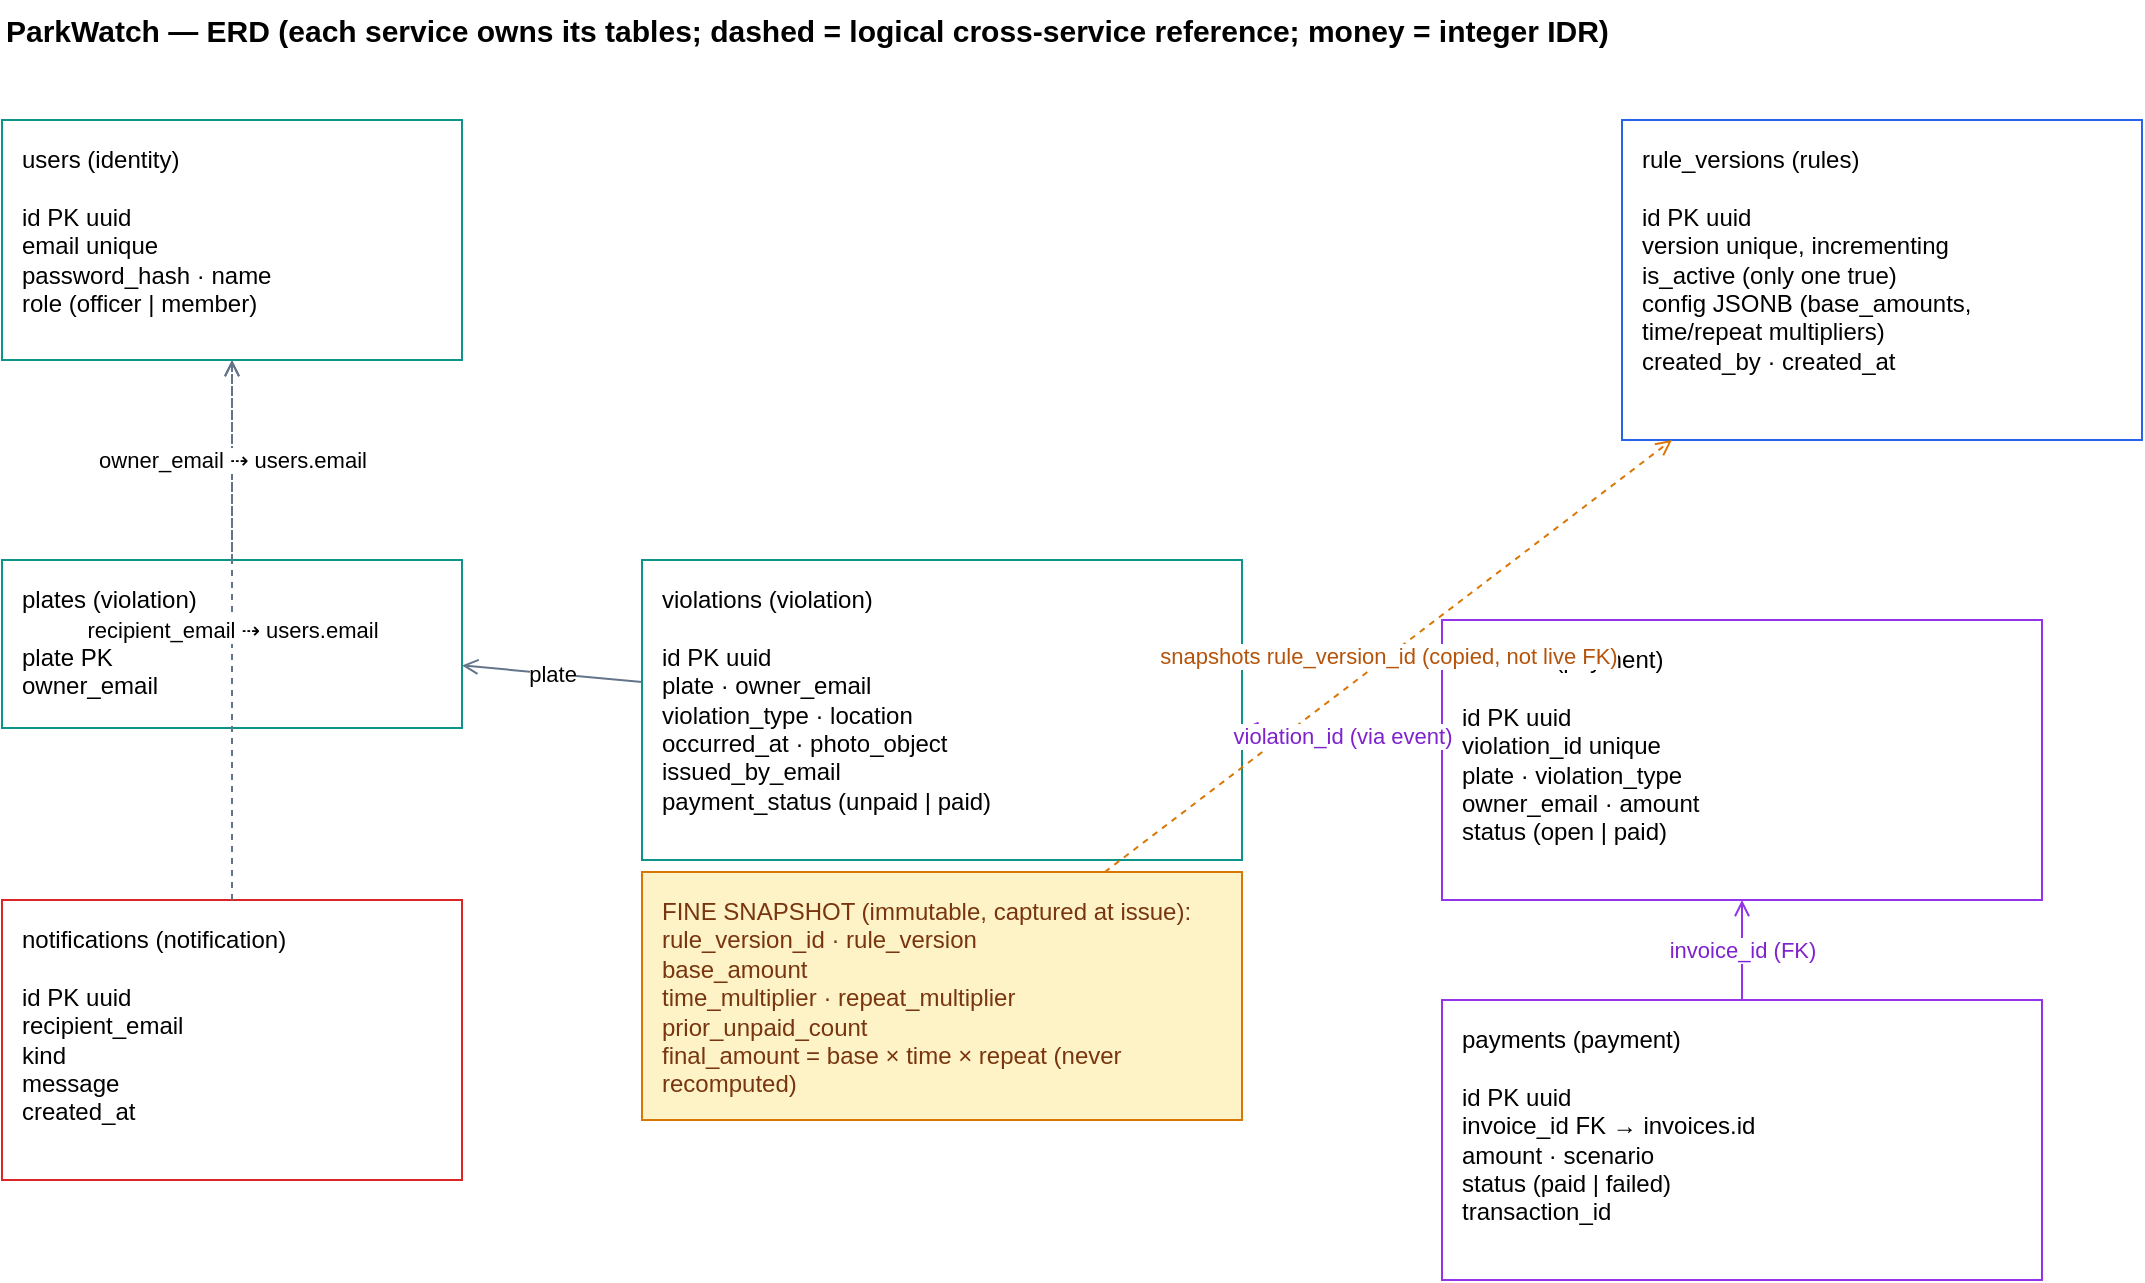
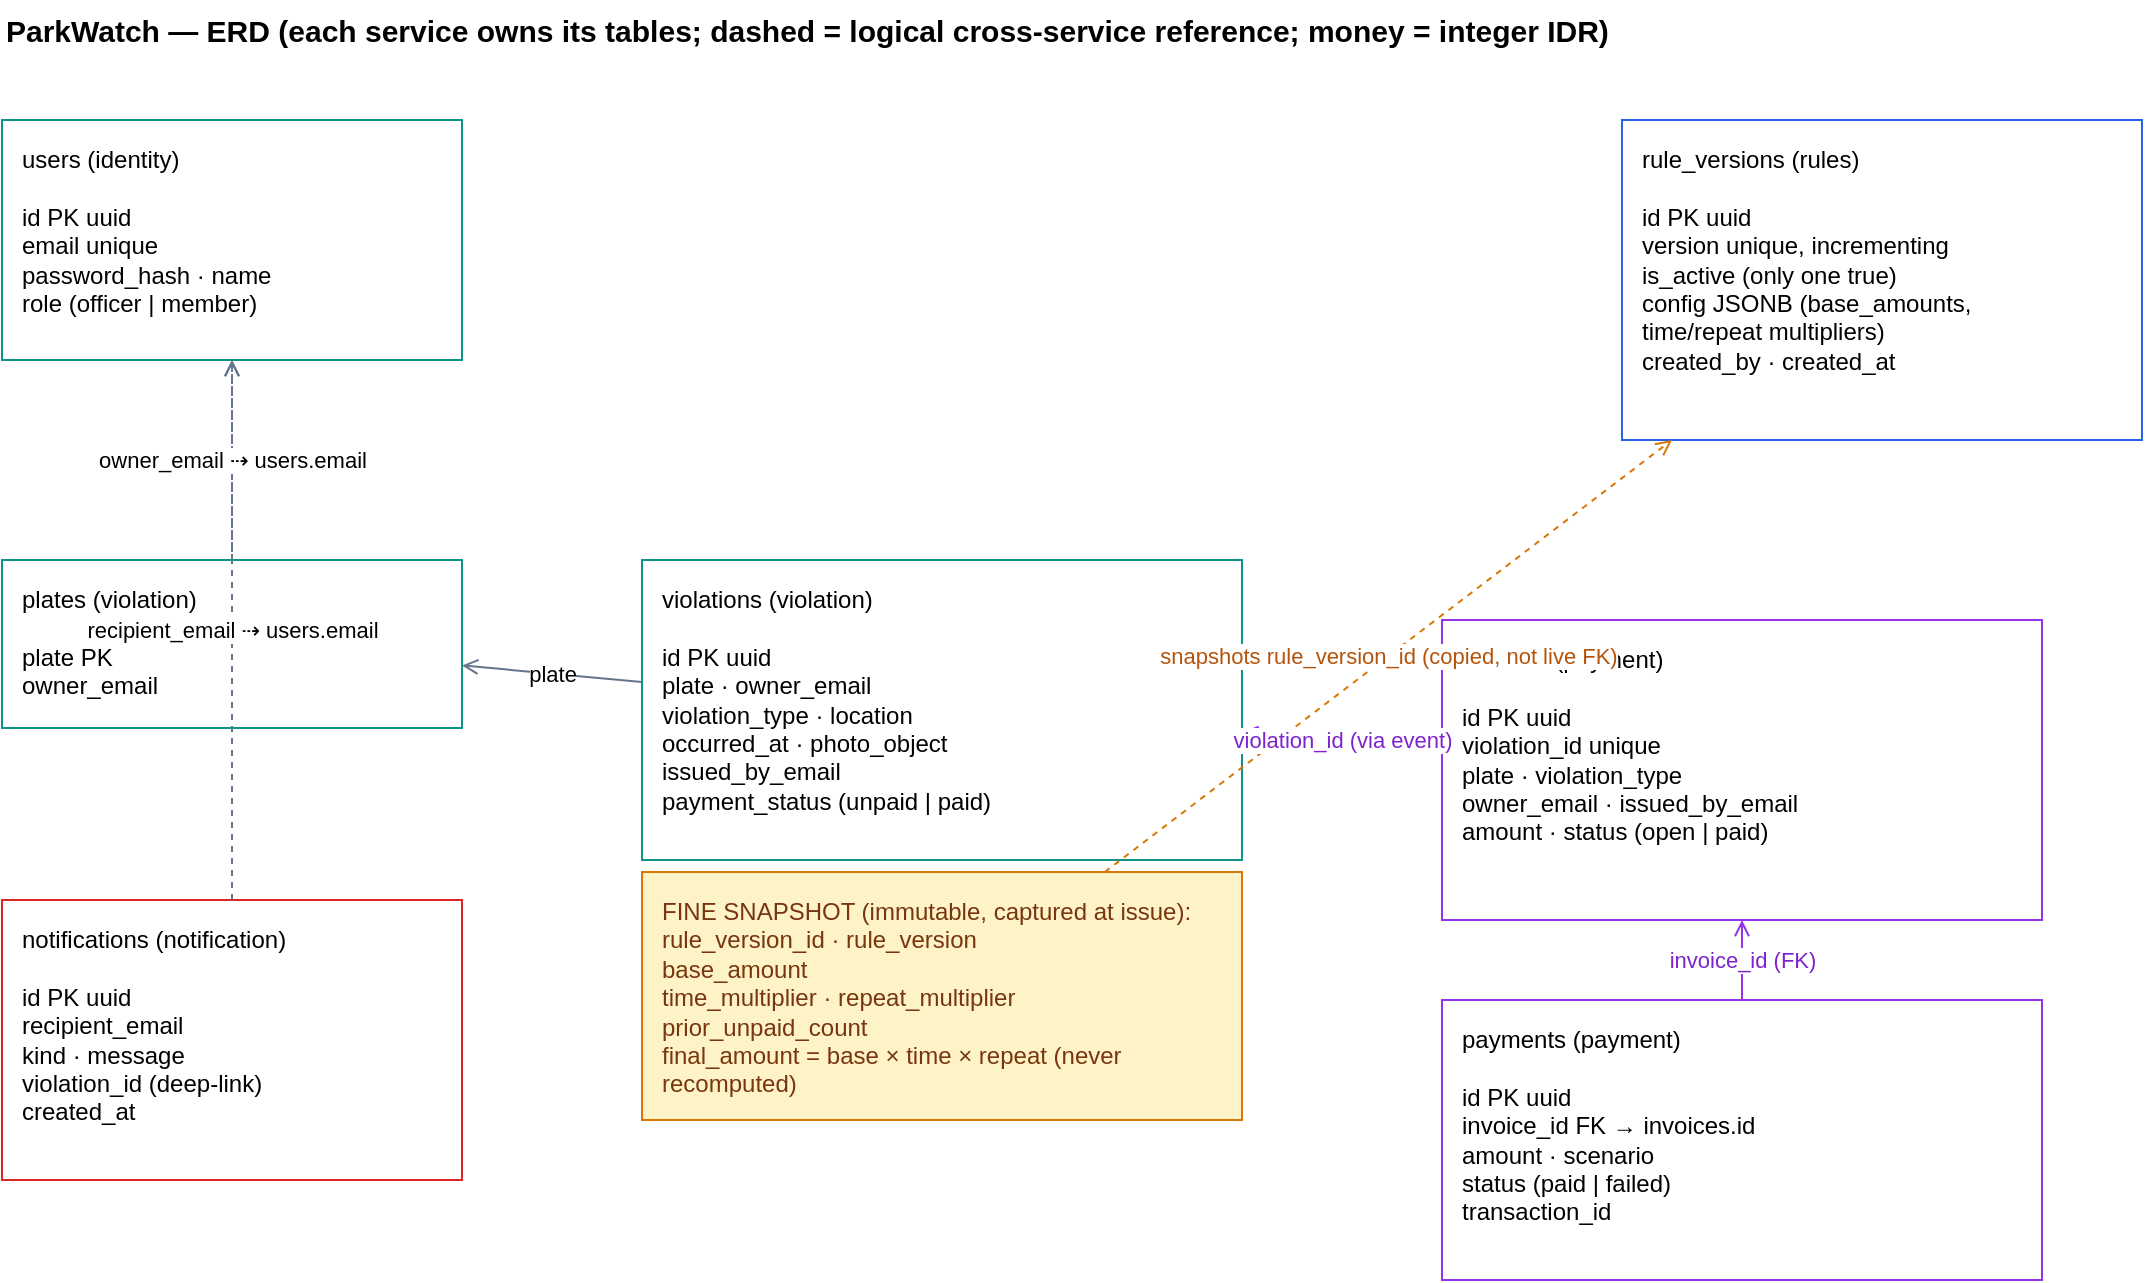
<mxfile host="app.diagrams.net" type="device">
  <diagram name="ERD" id="erd-1">
    <mxGraphModel dx="1120" dy="800" grid="1" gridSize="10" guides="1" tooltips="1" connect="1" arrows="1" fold="1" page="1" pageScale="1" pageWidth="1150" pageHeight="820" math="0" shadow="0">
      <root>
        <mxCell id="0" />
        <mxCell id="1" parent="0" />

        <mxCell id="title" value="ParkWatch — ERD (each service owns its tables; dashed = logical cross-service reference; money = integer IDR)" style="text;html=1;fontSize=15;fontStyle=1;align=left;" vertex="1" parent="1">
          <mxGeometry x="40" y="20" width="1000" height="26" as="geometry" />
        </mxCell>

        <mxCell id="users" value="users  (identity)&#10;&#10;id  PK uuid&#10;email  unique&#10;password_hash · name&#10;role  (officer | member)" style="rounded=0;whiteSpace=wrap;html=1;align=left;verticalAlign=top;spacingLeft=8;spacingTop=6;fillColor=#ffffff;strokeColor=#0d9488;" vertex="1" parent="1">
          <mxGeometry x="40" y="80" width="230" height="120" as="geometry" />
        </mxCell>

        <mxCell id="rulev" value="rule_versions  (rules)&#10;&#10;id  PK uuid&#10;version  unique, incrementing&#10;is_active  (only one true)&#10;config  JSONB (base_amounts,&#10;   time/repeat multipliers)&#10;created_by · created_at" style="rounded=0;whiteSpace=wrap;html=1;align=left;verticalAlign=top;spacingLeft=8;spacingTop=6;fillColor=#ffffff;strokeColor=#2563eb;" vertex="1" parent="1">
          <mxGeometry x="850" y="80" width="260" height="160" as="geometry" />
        </mxCell>

        <mxCell id="plates" value="plates  (violation)&#10;&#10;plate  PK&#10;owner_email" style="rounded=0;whiteSpace=wrap;html=1;align=left;verticalAlign=top;spacingLeft=8;spacingTop=6;fillColor=#ffffff;strokeColor=#0d9488;" vertex="1" parent="1">
          <mxGeometry x="40" y="300" width="230" height="84" as="geometry" />
        </mxCell>

        <mxCell id="violations" value="violations  (violation)&#10;&#10;id  PK uuid&#10;plate · owner_email&#10;violation_type · location&#10;occurred_at · photo_object&#10;issued_by_email&#10;payment_status  (unpaid | paid)" style="rounded=0;whiteSpace=wrap;html=1;align=left;verticalAlign=top;spacingLeft=8;spacingTop=6;fillColor=#ffffff;strokeColor=#0d9488;" vertex="1" parent="1">
          <mxGeometry x="360" y="300" width="300" height="150" as="geometry" />
        </mxCell>
        <mxCell id="snapshot" value="FINE SNAPSHOT (immutable, captured at issue):&#10;rule_version_id · rule_version&#10;base_amount&#10;time_multiplier · repeat_multiplier&#10;prior_unpaid_count&#10;final_amount  = base × time × repeat (never recomputed)" style="rounded=0;whiteSpace=wrap;html=1;align=left;verticalAlign=top;spacingLeft=8;spacingTop=6;fillColor=#fef3c7;strokeColor=#d97706;fontColor=#78350f;" vertex="1" parent="1">
          <mxGeometry x="360" y="456" width="300" height="124" as="geometry" />
        </mxCell>

-         <mxCell id="invoices" value="invoices  (payment)&#10;&#10;id  PK uuid&#10;violation_id  unique&#10;plate · violation_type&#10;owner_email · amount&#10;status  (open | paid)" style="rounded=0;whiteSpace=wrap;html=1;align=left;verticalAlign=top;spacingLeft=8;spacingTop=6;fillColor=#ffffff;strokeColor=#9333ea;" vertex="1" parent="1">
-           <mxGeometry x="760" y="330" width="300" height="140" as="geometry" />
+         <mxCell id="invoices" value="invoices  (payment)&#10;&#10;id  PK uuid&#10;violation_id  unique&#10;plate · violation_type&#10;owner_email · issued_by_email&#10;amount · status  (open | paid)" style="rounded=0;whiteSpace=wrap;html=1;align=left;verticalAlign=top;spacingLeft=8;spacingTop=6;fillColor=#ffffff;strokeColor=#9333ea;" vertex="1" parent="1">
+           <mxGeometry x="760" y="330" width="300" height="150" as="geometry" />
        </mxCell>

        <mxCell id="payments" value="payments  (payment)&#10;&#10;id  PK uuid&#10;invoice_id  FK → invoices.id&#10;amount · scenario&#10;status  (paid | failed)&#10;transaction_id" style="rounded=0;whiteSpace=wrap;html=1;align=left;verticalAlign=top;spacingLeft=8;spacingTop=6;fillColor=#ffffff;strokeColor=#9333ea;" vertex="1" parent="1">
          <mxGeometry x="760" y="520" width="300" height="140" as="geometry" />
        </mxCell>

-         <mxCell id="notifications" value="notifications  (notification)&#10;&#10;id  PK uuid&#10;recipient_email&#10;kind&#10;message&#10;created_at" style="rounded=0;whiteSpace=wrap;html=1;align=left;verticalAlign=top;spacingLeft=8;spacingTop=6;fillColor=#ffffff;strokeColor=#dc2626;" vertex="1" parent="1">
+         <mxCell id="notifications" value="notifications  (notification)&#10;&#10;id  PK uuid&#10;recipient_email&#10;kind · message&#10;violation_id  (deep-link)&#10;created_at" style="rounded=0;whiteSpace=wrap;html=1;align=left;verticalAlign=top;spacingLeft=8;spacingTop=6;fillColor=#ffffff;strokeColor=#dc2626;" vertex="1" parent="1">
          <mxGeometry x="40" y="470" width="230" height="140" as="geometry" />
        </mxCell>

        <mxCell id="r_vi_pl" value="plate" style="endArrow=open;html=1;strokeColor=#64748b;" edge="1" parent="1" source="violations" target="plates"><mxGeometry relative="1" as="geometry"/></mxCell>
        <mxCell id="r_snap_rule" value="snapshots rule_version_id (copied, not live FK)" style="endArrow=open;html=1;dashed=1;strokeColor=#d97706;fontColor=#b45309;" edge="1" parent="1" source="snapshot" target="rulev"><mxGeometry relative="1" as="geometry"/></mxCell>
        <mxCell id="r_inv_vi" value="violation_id (via event)" style="endArrow=open;html=1;dashed=1;strokeColor=#9333ea;fontColor=#7e22ce;" edge="1" parent="1" source="invoices" target="violations"><mxGeometry relative="1" as="geometry"/></mxCell>
        <mxCell id="r_pay_inv" value="invoice_id (FK)" style="endArrow=open;html=1;strokeColor=#9333ea;fontColor=#7e22ce;" edge="1" parent="1" source="payments" target="invoices"><mxGeometry relative="1" as="geometry"/></mxCell>
        <mxCell id="r_not_us" value="recipient_email ⇢ users.email" style="endArrow=open;html=1;dashed=1;strokeColor=#64748b;" edge="1" parent="1" source="notifications" target="users"><mxGeometry relative="1" as="geometry"/></mxCell>
        <mxCell id="r_pl_us" value="owner_email ⇢ users.email" style="endArrow=open;html=1;dashed=1;strokeColor=#64748b;" edge="1" parent="1" source="plates" target="users"><mxGeometry relative="1" as="geometry"/></mxCell>
      </root>
    </mxGraphModel>
  </diagram>
</mxfile>
